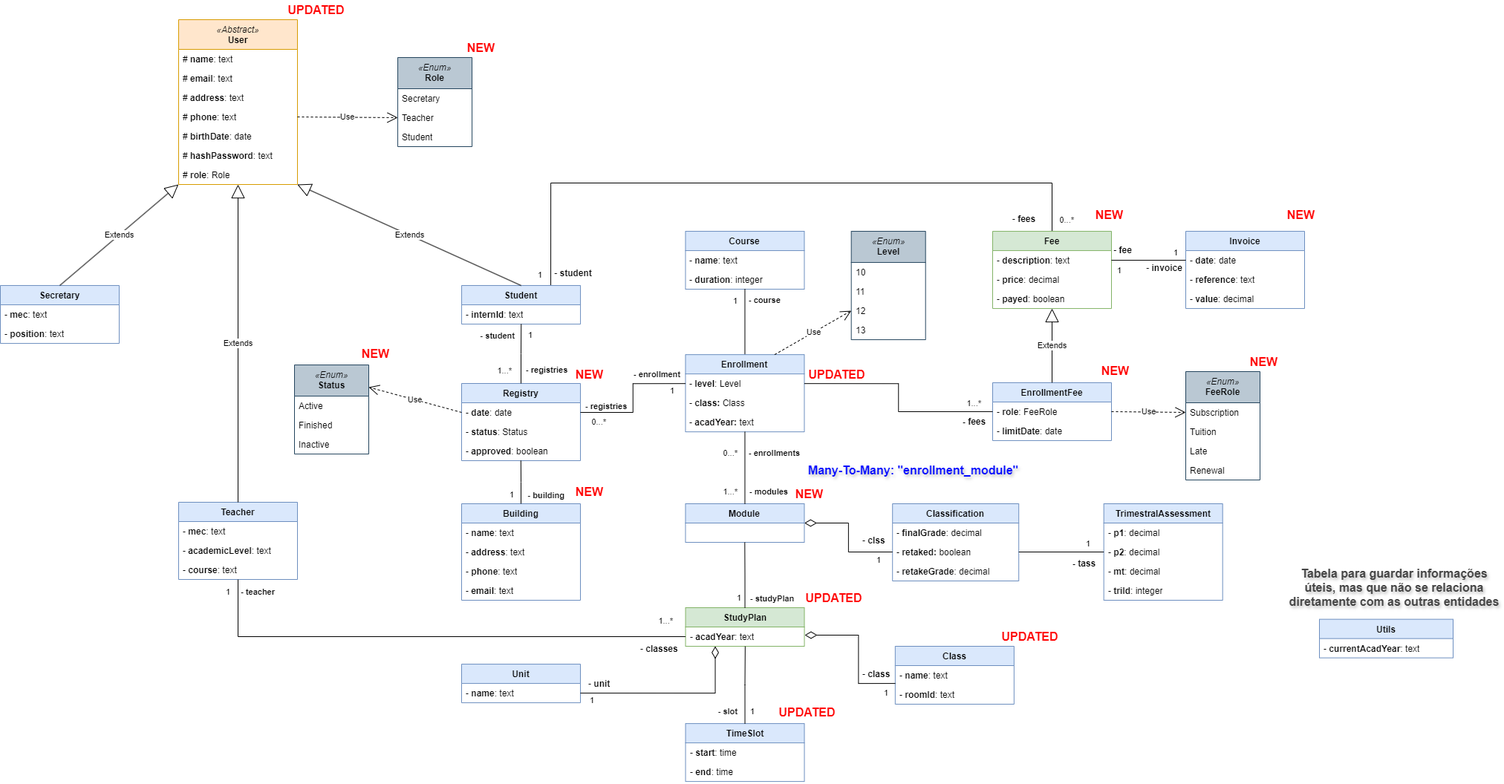
The draw.io diagram documentation/data-model.drawio.png in Joaquim-Claudio/Imptel-Online_P.D.S-2024-2025, before a commit. Source tidied: cells renumbered, new cells last; positions are measured from the earlier drawing's top-left corner, leaving out a move shared by most shapes.
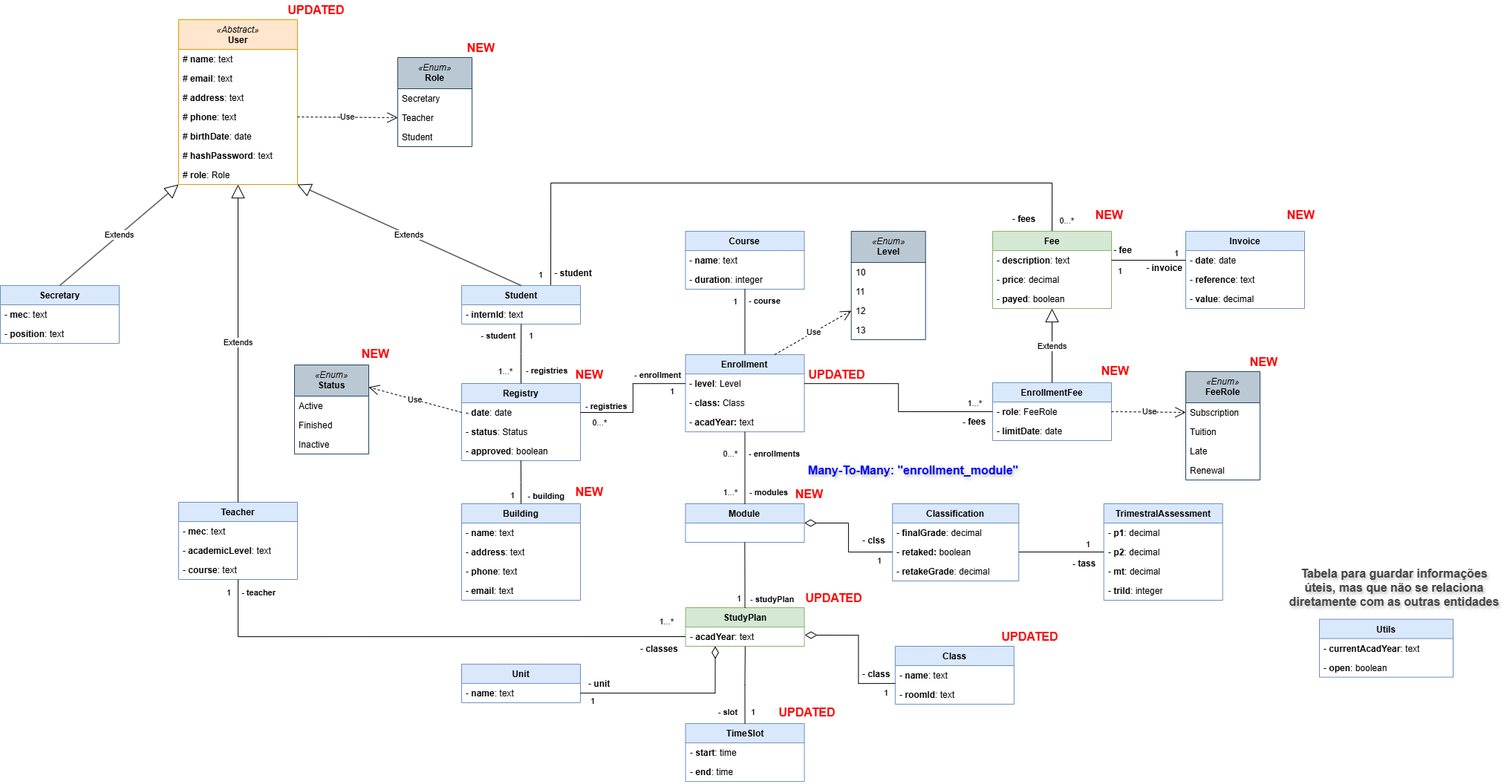
Later version of the same file.

What changed in the source:
```diff
@@ -517,11 +517,14 @@
       <mxGeometry x="1046" y="946.1" width="80.3" height="26" as="geometry" />
     </mxCell>
     <mxCell id="163" value="Utils" style="swimlane;fontStyle=1;align=center;verticalAlign=top;horizontal=1;startSize=26;whiteSpace=wrap;html=1;fillColor=#dae8fc;strokeColor=#6c8ebf;" parent="1" vertex="1">
-      <mxGeometry x="1776" y="833.6" width="180" height="52" as="geometry" />
+      <mxGeometry x="1776" y="833.6" width="180" height="78" as="geometry" />
     </mxCell>
     <mxCell id="164" value="- &lt;b&gt;currentAcadYear&lt;/b&gt;: text" style="text;strokeColor=none;fillColor=none;align=left;verticalAlign=top;spacingLeft=4;spacingRight=4;overflow=hidden;whiteSpace=wrap;html=1;" parent="163" vertex="1">
       <mxGeometry y="26" width="180" height="26" as="geometry" />
     </mxCell>
+    <mxCell id="167" value="- &lt;b&gt;open&lt;/b&gt;: boolean" style="text;strokeColor=none;fillColor=none;align=left;verticalAlign=top;spacingLeft=4;spacingRight=4;overflow=hidden;whiteSpace=wrap;html=1;" parent="163" vertex="1">
+      <mxGeometry y="52" width="180" height="26" as="geometry" />
+    </mxCell>
     <mxCell id="165" value="Tabela para guardar informações úteis, mas que não se relaciona diretamente com as outras entidades" style="text;align=center;fontStyle=1;verticalAlign=middle;spacingLeft=3;spacingRight=3;html=1;fontColor=#454545;fontSize=16;textShadow=1;whiteSpace=wrap;" parent="1" vertex="1">
       <mxGeometry x="1730" y="756" width="293.5" height="70" as="geometry" />
     </mxCell>
```
